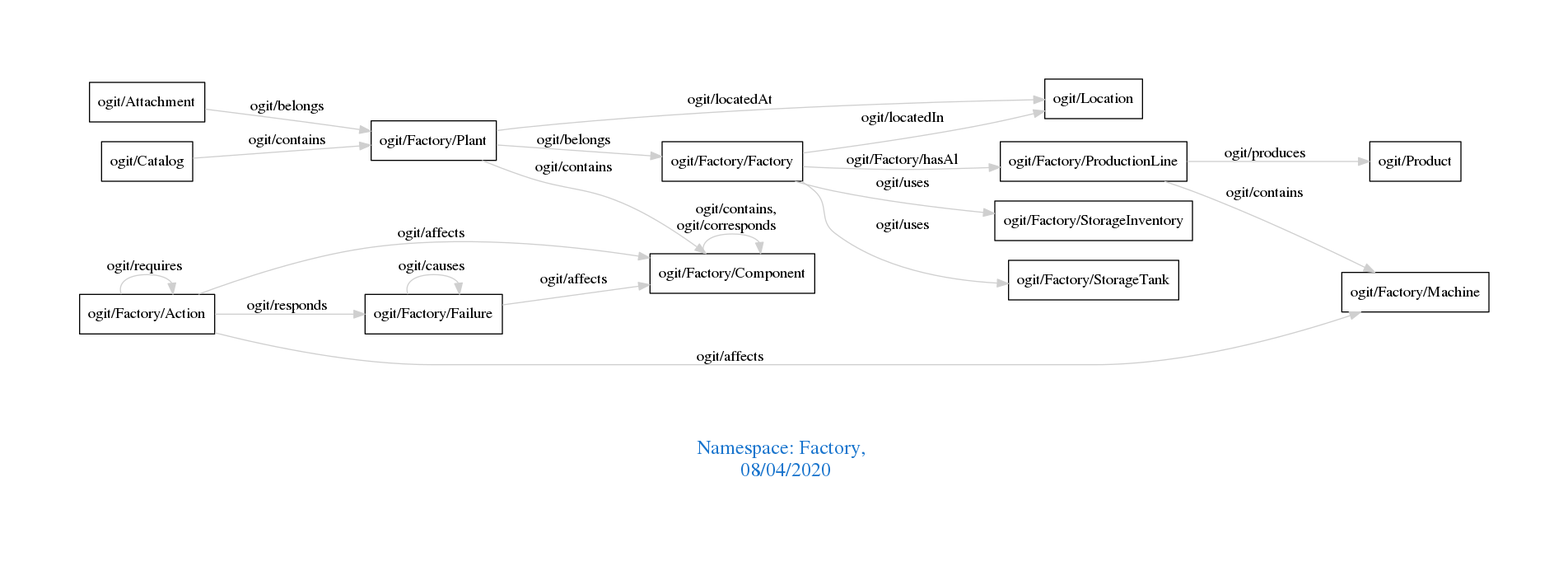
The Graphviz diagram downloads/Factory.png in arago/OGIT, before a commit. Its source is kept beside it as downloads/Factory.dot.
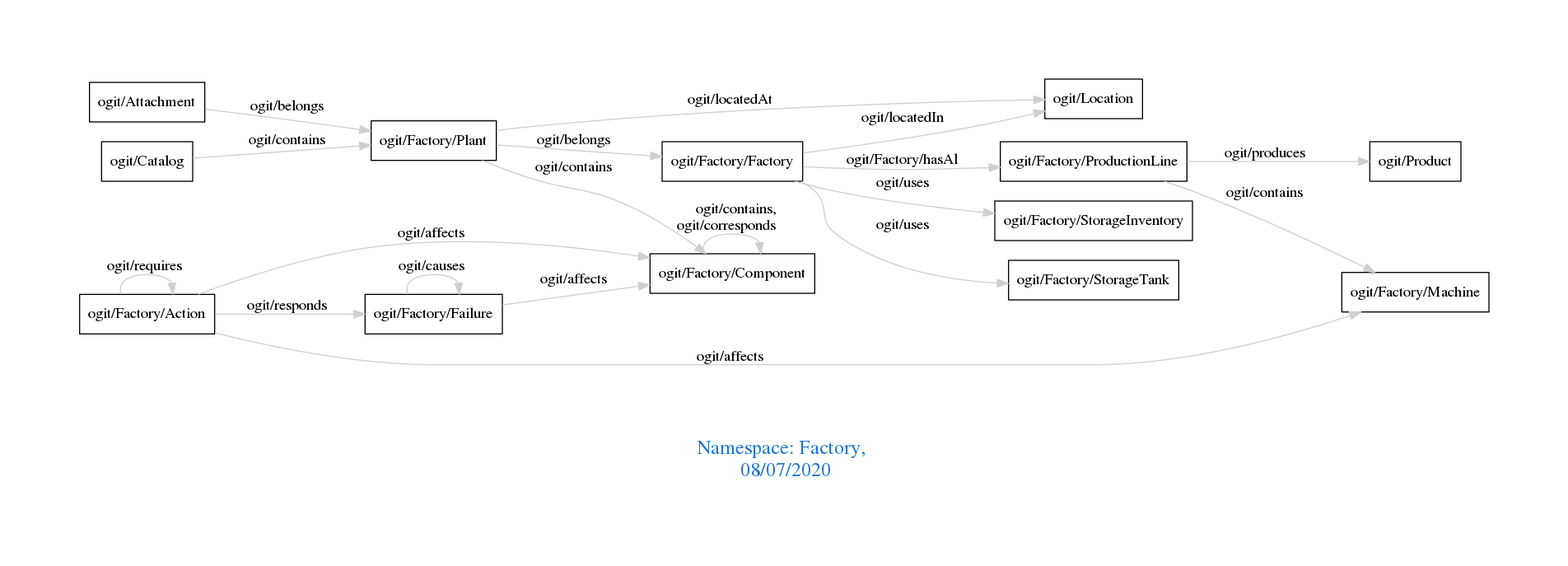
After the commit.

Diff of the diagram source:
```diff
@@ -1,7 +1,7 @@
 digraph OGIT_ontology {
  graph [ rankdir= LR,pad=1
 fontsize = 18,
-fontcolor= dodgerblue3,label = "\n\n\nNamespace: Factory, \n 08/04/2020"];
+fontcolor= dodgerblue3,label = "\n\n\nNamespace: Factory, \n 08/07/2020"];
 node[shape=polygon];
 edge [  color="gray81"];
 
```
